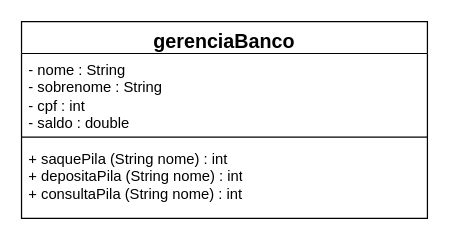
Earlier version of the draw.io diagram Diagrama sem nome.drawio (ENGENHARIA-DE-SOFTWARE-UNOPAR/gerenciaBanco). Source tidied: cells renumbered, new cells numbered last; positions are measured from the earlier drawing's top-left corner, leaving out a move shared by most shapes. Both pictures are drawn from the tidied source at 123%, with x=0, y=0 at pixel (21, 21).
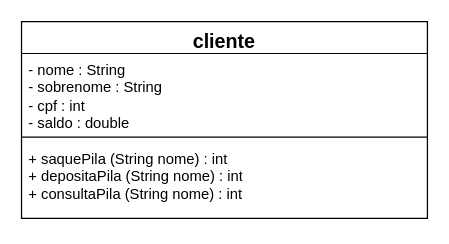
After the change.

What changed in the source:
```diff
@@
 <mxGraphModel>
   <root>
     <mxCell id="0" />
     <mxCell id="1" parent="0" />
-    <mxCell id="2" value="&lt;font style=&quot;font-size: 16px;&quot;&gt;gerenciaBanco&lt;/font&gt;" style="swimlane;fontStyle=1;align=center;verticalAlign=top;horizontal=1;startSize=26;whiteSpace=wrap;html=1;" parent="1" vertex="1">
+    <mxCell id="2" value="&lt;font style=&quot;font-size: 16px;&quot;&gt;cliente&lt;/font&gt;" style="swimlane;fontStyle=1;align=center;verticalAlign=top;horizontal=1;startSize=26;whiteSpace=wrap;html=1;" parent="1" vertex="1">
       <mxGeometry width="330" height="160" as="geometry" />
     </mxCell>
     <mxCell id="3" value="- nome : String&lt;br&gt;- sobrenome : String&lt;br&gt;- cpf : int&lt;br&gt;- saldo : double" style="text;strokeColor=none;fillColor=none;align=left;verticalAlign=top;spacingLeft=4;spacingRight=4;overflow=hidden;whiteSpace=wrap;html=1;" parent="2" vertex="1">
       <mxGeometry y="26" width="330" height="64" as="geometry" />
     </mxCell>
     <mxCell id="4" style="line;strokeWidth=1;fillColor=none;align=left;verticalAlign=middle;spacingTop=-1;spacingLeft=3;spacingRight=3;labelPosition=right;strokeColor=inherit;" parent="2" vertex="1">
       <mxGeometry y="90" width="330" height="8" as="geometry" />
     </mxCell>
     <mxCell id="5" value="+ saquePila (String nome) : int&lt;br&gt;+ depositaPila (String nome) : int&lt;br&gt;+ consultaPila (String nome) : int" style="text;strokeColor=none;fillColor=none;align=left;verticalAlign=top;spacingLeft=4;spacingRight=4;overflow=hidden;whiteSpace=wrap;html=1;" parent="2" vertex="1">
       <mxGeometry y="98" width="330" height="62" as="geometry" />
     </mxCell>
   </root>
 </mxGraphModel>
```
